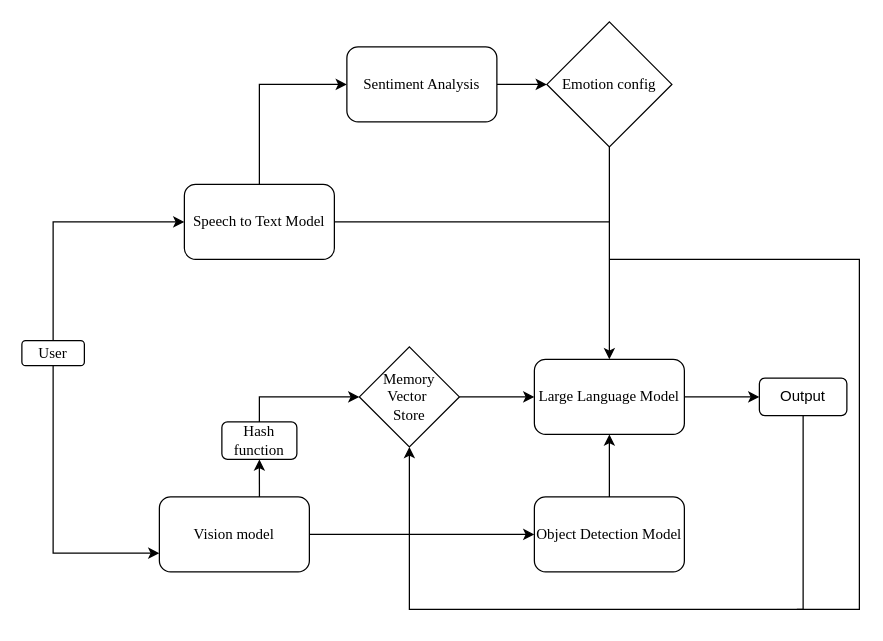
The draw.io diagram Untitled Diagram.drawio in kingsmen732/etc, before the edit. Source tidied: cells renumbered, new cells numbered last; positions are measured from the earlier drawing's top-left corner, leaving out a move shared by most shapes. Both pictures are drawn from the tidied source at 125%, with x=0, y=0 at pixel (21, 21).
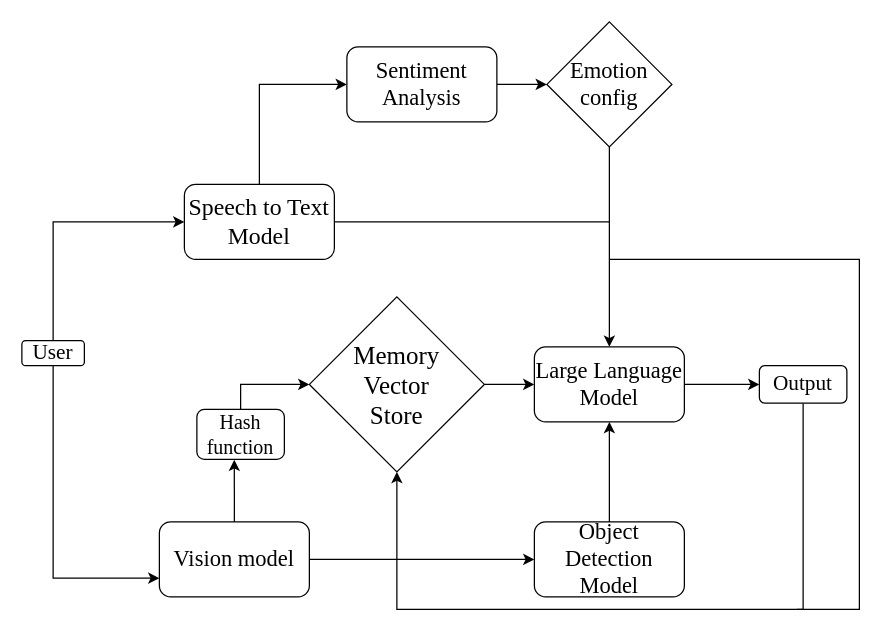
Above is the later version.

The edit, as a diff of the source:
```diff
@@
-    <mxCell id="4" value="&lt;font face=&quot;Times New Roman&quot;&gt;User&lt;/font&gt;" style="rounded=1;whiteSpace=wrap;html=1;" parent="1" vertex="1">
+    <mxCell id="4" value="&lt;font style=&quot;font-size: 17px;&quot; face=&quot;Times New Roman&quot;&gt;User&lt;/font&gt;" style="rounded=1;whiteSpace=wrap;html=1;" parent="1" vertex="1">
       <mxGeometry y="255" width="50" height="20" as="geometry" />
     </mxCell>
@@
-    <mxCell id="7" value="&lt;font face=&quot;Times New Roman&quot;&gt;Speech to Text Model&lt;br&gt;&lt;/font&gt;" style="rounded=1;whiteSpace=wrap;html=1;" parent="1" vertex="1">
+    <mxCell id="7" value="&lt;font style=&quot;font-size: 19px;&quot; face=&quot;Times New Roman&quot;&gt;Speech to Text Model&lt;br&gt;&lt;/font&gt;" style="rounded=1;whiteSpace=wrap;html=1;" parent="1" vertex="1">
       <mxGeometry x="130" y="130" width="120" height="60" as="geometry" />
     </mxCell>
@@
-    <mxCell id="9" value="&lt;font face=&quot;Times New Roman&quot;&gt;Sentiment Analysis&lt;br&gt;&lt;/font&gt;" style="rounded=1;whiteSpace=wrap;html=1;" parent="1" vertex="1">
+    <mxCell id="9" value="&lt;font style=&quot;font-size: 18px;&quot; face=&quot;Times New Roman&quot;&gt;Sentiment Analysis&lt;br&gt;&lt;/font&gt;" style="rounded=1;whiteSpace=wrap;html=1;" parent="1" vertex="1">
       <mxGeometry x="260" y="20" width="120" height="60" as="geometry" />
     </mxCell>
@@
-    <mxCell id="11" value="&lt;font face=&quot;Times New Roman&quot;&gt;Emotion config&lt;/font&gt;" style="rhombus;whiteSpace=wrap;html=1;" parent="1" vertex="1">
+    <mxCell id="11" value="&lt;font style=&quot;font-size: 18px;&quot; face=&quot;Times New Roman&quot;&gt;Emotion config&lt;/font&gt;" style="rhombus;whiteSpace=wrap;html=1;" parent="1" vertex="1">
       <mxGeometry x="420" width="100" height="100" as="geometry" />
     </mxCell>
@@
-    <mxCell id="13" value="&lt;font face=&quot;Times New Roman&quot;&gt;Large Language Model&lt;br&gt;&lt;/font&gt;" style="rounded=1;whiteSpace=wrap;html=1;" parent="1" vertex="1">
-      <mxGeometry x="410" y="270" width="120" height="60" as="geometry" />
+    <mxCell id="13" value="&lt;font style=&quot;font-size: 18px;&quot; face=&quot;Times New Roman&quot;&gt;Large Language Model&lt;br&gt;&lt;/font&gt;" style="rounded=1;whiteSpace=wrap;html=1;" parent="1" vertex="1">
+      <mxGeometry x="410" y="260" width="120" height="60" as="geometry" />
     </mxCell>
     <mxCell id="14" style="edgeStyle=orthogonalEdgeStyle;rounded=0;jettySize=auto;html=1;exitX=0.5;exitY=1;exitDx=0;exitDy=0;entryX=0.5;entryY=1;entryDx=0;entryDy=0;" parent="1" edge="1" source="15" target="19">
       <mxGeometry relative="1" as="geometry">
         <Array as="points">
           <mxPoint x="625" y="470" />
-          <mxPoint x="310" y="470" />
+          <mxPoint x="300" y="470" />
         </Array>
       </mxGeometry>
     </mxCell>
-    <mxCell id="15" value="Output" style="rounded=1;whiteSpace=wrap;html=1;" parent="1" vertex="1">
-      <mxGeometry x="590" y="285" width="70" height="30" as="geometry" />
+    <mxCell id="15" value="&lt;font style=&quot;font-size: 17px;&quot; face=&quot;Times New Roman&quot;&gt;Output&lt;/font&gt;" style="rounded=1;whiteSpace=wrap;html=1;" parent="1" vertex="1">
+      <mxGeometry x="590" y="275" width="70" height="30" as="geometry" />
     </mxCell>
@@
-    <mxCell id="17" value="&lt;font face=&quot;Times New Roman&quot;&gt;Vision model&lt;/font&gt;" style="rounded=1;whiteSpace=wrap;html=1;" parent="1" vertex="1">
-      <mxGeometry x="110" y="380" width="120" height="60" as="geometry" />
+    <mxCell id="17" value="&lt;font style=&quot;font-size: 18px;&quot; face=&quot;Times New Roman&quot;&gt;Vision model&lt;/font&gt;" style="rounded=1;whiteSpace=wrap;html=1;" parent="1" vertex="1">
+      <mxGeometry x="110" y="400" width="120" height="60" as="geometry" />
     </mxCell>
@@
-    <mxCell id="19" value="&lt;div&gt;&lt;font face=&quot;Times New Roman&quot;&gt;Memory Vector&amp;nbsp;&lt;/font&gt;&lt;/div&gt;&lt;div&gt;&lt;font face=&quot;Times New Roman&quot;&gt;Store&lt;/font&gt;&lt;/div&gt;" style="rhombus;whiteSpace=wrap;html=1;" parent="1" vertex="1">
-      <mxGeometry x="270" y="260" width="80" height="80" as="geometry" />
+    <mxCell id="19" value="&lt;div&gt;&lt;font face=&quot;Times New Roman&quot;&gt;Memory&lt;/font&gt;&lt;/div&gt;&lt;div&gt;&lt;font face=&quot;Times New Roman&quot;&gt;&amp;nbsp;Vector&amp;nbsp;&lt;/font&gt;&lt;/div&gt;&lt;div&gt;&lt;font face=&quot;Times New Roman&quot;&gt;Store&lt;/font&gt;&lt;/div&gt;" style="rhombus;whiteSpace=wrap;html=1;fontSize=20;" parent="1" vertex="1">
+      <mxGeometry x="230" y="220" width="140" height="140" as="geometry" />
     </mxCell>
-    <mxCell id="20" style="edgeStyle=orthogonalEdgeStyle;rounded=0;jettySize=auto;html=1;exitX=0.667;exitY=0;exitDx=0;exitDy=0;exitPerimeter=0;" parent="1" edge="1" source="17" target="21">
-      <mxGeometry relative="1" as="geometry" />
-    </mxCell>
-    <mxCell id="21" value="&lt;font face=&quot;Times New Roman&quot;&gt;Hash function&lt;/font&gt;" style="rounded=1;whiteSpace=wrap;html=1;" parent="1" vertex="1">
-      <mxGeometry x="160" y="320" width="60" height="30" as="geometry" />
+    <mxCell id="21" value="&lt;font style=&quot;font-size: 16px;&quot; face=&quot;Times New Roman&quot;&gt;Hash function&lt;/font&gt;" style="rounded=1;whiteSpace=wrap;html=1;" parent="1" vertex="1">
+      <mxGeometry x="140" y="310" width="70" height="40" as="geometry" />
     </mxCell>
@@
-    <mxCell id="24" value="&lt;font face=&quot;Times New Roman&quot;&gt;Object Detection Model&lt;br&gt;&lt;/font&gt;" style="rounded=1;whiteSpace=wrap;html=1;" parent="1" vertex="1">
-      <mxGeometry x="410" y="380" width="120" height="60" as="geometry" />
+    <mxCell id="24" value="&lt;font face=&quot;Times New Roman&quot;&gt;Object Detection Model&lt;br&gt;&lt;/font&gt;" style="rounded=1;whiteSpace=wrap;html=1;fontSize=18;" parent="1" vertex="1">
+      <mxGeometry x="410" y="400" width="120" height="60" as="geometry" />
     </mxCell>
@@
+    <mxCell id="20" style="edgeStyle=orthogonalEdgeStyle;rounded=0;jettySize=auto;html=1;exitX=0.5;exitY=0;exitDx=0;exitDy=0;entryX=0.428;entryY=1.008;entryDx=0;entryDy=0;entryPerimeter=0;" parent="1" edge="1" source="17" target="21">
+      <mxGeometry relative="1" as="geometry" />
+    </mxCell>
```
